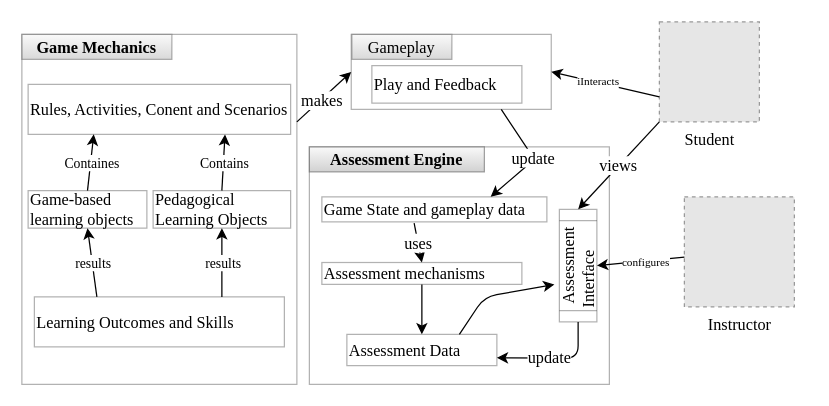
The draw.io diagram page "LASGD" (4 of 5) of TheModel.drawio in Kibolabs/Diagrams, before the edit. Source tidied: cells renumbered, new cells numbered last; positions are measured from the earlier drawing's top-left corner, leaving out a move shared by most shapes. Both pictures are drawn from the tidied source at 125%, with x=0, y=0 at pixel (21, 21). Pictures stored in the file or linked from it are replaced by grey dashed boxes.
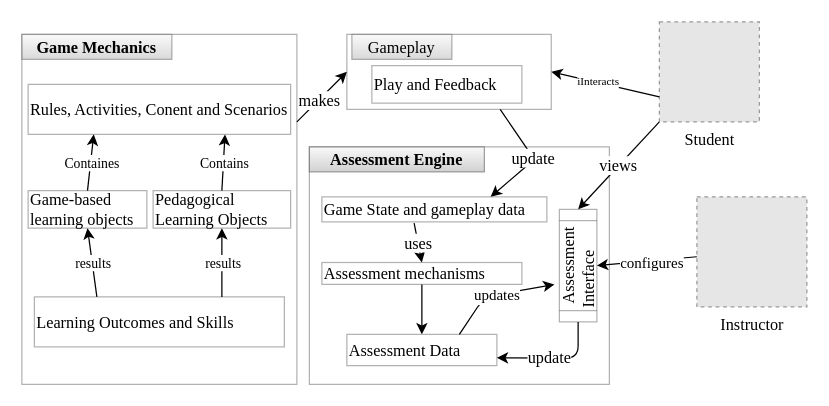
Above is the later version.

The change refers to these unchanged cells:
```xml
<mxCell id="31" style="endArrow=classic;html=1;fontSize=13;fillColor=#000000;entryX=0.5;entryY=1;entryDx=0;entryDy=0;fontFamily=Times New Roman;" parent="1" edge="1" source="15" target="12">
  <mxGeometry relative="1" as="geometry" />
</mxCell>
<mxCell id="33" style="endArrow=classic;html=1;fontSize=13;fillColor=#000000;exitX=0.75;exitY=0;exitDx=0;exitDy=0;entryX=0.333;entryY=-0.133;entryDx=0;entryDy=0;entryPerimeter=0;fontFamily=Times New Roman;" parent="1" edge="1" source="13" target="12">
  <mxGeometry relative="1" as="geometry">
    <Array as="points">
      <mxPoint x="370" y="220" />
    </Array>
  </mxGeometry>
</mxCell>
```

Diff of the diagram source:
```diff
@@
     <mxCell id="2" style="rounded=0;whiteSpace=wrap;html=1;fontSize=13;strokeWidth=1;fillColor=none;align=left;opacity=30;fontFamily=Times New Roman;" parent="1" vertex="1">
-      <mxGeometry x="263.5" y="10" width="160" height="60" as="geometry" />
+      <mxGeometry x="260" y="10" width="163.5" height="60" as="geometry" />
     </mxCell>
@@
     <mxCell id="15" value="Instructor" style="fillColor=#E6E6E6;strokeColor=#999999;dashed=1;html=1;verticalAlign=top;verticalLabelPosition=bottom;labelBackgroundColor=#ffffff;fontSize=13;fontFamily=Times New Roman;" parent="1" vertex="1">
-      <mxGeometry x="530" y="140" width="88" height="88" as="geometry" />
+      <mxGeometry x="540" y="140" width="88" height="88" as="geometry" />
     </mxCell>
@@
-    <mxCell id="32" value="configures" style="edgeLabel;html=1;align=center;verticalAlign=middle;fontSize=9;fontFamily=Times New Roman;" parent="31" vertex="1">
+    <mxCell id="32" value="configures" style="edgeLabel;html=1;align=center;verticalAlign=middle;fontSize=12;fontFamily=Times New Roman;" parent="31" vertex="1">
       <mxGeometry x="-0.08" y="1" relative="1" as="geometry" />
     </mxCell>
@@
+    <mxCell id="40" value="updates" style="edgeLabel;html=1;align=center;verticalAlign=middle;fontSize=12;fontFamily=Times New Roman;" parent="33" vertex="1">
+      <mxGeometry relative="1" as="geometry" />
+    </mxCell>
```
